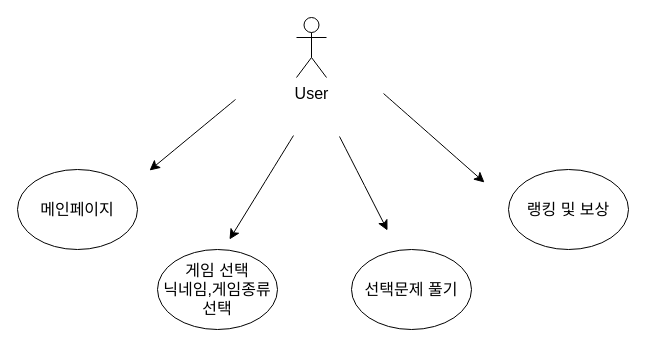
dlwlgnsrhy/BigData keeps this draw.io diagram as miniproject.drawio. Above is the earlier version. Source tidied: cells renumbered, new cells numbered last; positions are measured from the earlier drawing's top-left corner, leaving out a move shared by most shapes. Both pictures are drawn from the tidied source at 100%, with x=0, y=0 at pixel (17, 17).
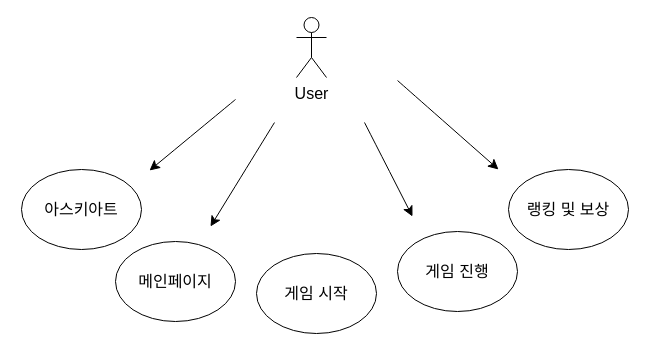
The same diagram, later.

What changed in the source:
```diff
@@
 <mxGraphModel>
   <root>
     <mxCell id="0" />
     <mxCell id="1" parent="0" />
     <mxCell id="2" value="메인페이지" style="ellipse;whiteSpace=wrap;html=1;fontSize=16;" parent="1" vertex="1">
-      <mxGeometry y="152" width="120" height="80" as="geometry" />
+      <mxGeometry x="98" y="224" width="120" height="80" as="geometry" />
     </mxCell>
     <mxCell id="3" value="User" style="shape=umlActor;verticalLabelPosition=bottom;verticalAlign=top;html=1;fontSize=16;" parent="1" vertex="1">
       <mxGeometry x="279" width="30" height="60" as="geometry" />
     </mxCell>
-    <mxCell id="4" value="게임 선택&lt;br&gt;닉네임,게임종류선택" style="ellipse;whiteSpace=wrap;html=1;fontSize=16;" parent="1" vertex="1">
-      <mxGeometry x="140" y="232" width="120" height="80" as="geometry" />
+    <mxCell id="4" value="게임 시작" style="ellipse;whiteSpace=wrap;html=1;fontSize=16;" parent="1" vertex="1">
+      <mxGeometry x="239" y="236" width="120" height="80" as="geometry" />
     </mxCell>
-    <mxCell id="5" value="선택문제 풀기&lt;br&gt;" style="ellipse;whiteSpace=wrap;html=1;fontSize=16;" parent="1" vertex="1">
-      <mxGeometry x="334" y="232" width="120" height="80" as="geometry" />
+    <mxCell id="5" value="게임 진행" style="ellipse;whiteSpace=wrap;html=1;fontSize=16;" parent="1" vertex="1">
+      <mxGeometry x="380" y="214" width="120" height="80" as="geometry" />
     </mxCell>
     <mxCell id="6" value="랭킹 및 보상" style="ellipse;whiteSpace=wrap;html=1;fontSize=16;" parent="1" vertex="1">
       <mxGeometry x="491" y="152" width="120" height="80" as="geometry" />
     </mxCell>
     <mxCell id="7" style="endArrow=classic;html=1;rounded=0;fontSize=12;startSize=8;endSize=8;curved=1;" parent="1" edge="1">
       <mxGeometry relative="1" as="geometry">
         <mxPoint x="218" y="82" as="sourcePoint" />
         <mxPoint x="132" y="153" as="targetPoint" />
       </mxGeometry>
     </mxCell>
     <mxCell id="8" style="endArrow=classic;html=1;rounded=0;fontSize=12;startSize=8;endSize=8;curved=1;" parent="1" edge="1">
       <mxGeometry relative="1" as="geometry">
-        <mxPoint x="322" y="119" as="sourcePoint" />
-        <mxPoint x="370" y="213" as="targetPoint" />
+        <mxPoint x="347" y="105" as="sourcePoint" />
+        <mxPoint x="395" y="199" as="targetPoint" />
       </mxGeometry>
     </mxCell>
     <mxCell id="9" style="endArrow=classic;html=1;rounded=0;fontSize=12;startSize=8;endSize=8;curved=1;" parent="1" edge="1">
       <mxGeometry relative="1" as="geometry">
-        <mxPoint x="366" y="76" as="sourcePoint" />
-        <mxPoint x="467" y="165" as="targetPoint" />
+        <mxPoint x="380" y="63" as="sourcePoint" />
+        <mxPoint x="481" y="152" as="targetPoint" />
       </mxGeometry>
     </mxCell>
     <mxCell id="10" style="edgeStyle=none;curved=1;rounded=0;orthogonalLoop=1;jettySize=auto;html=1;exitX=0.5;exitY=0;exitDx=0;exitDy=0;fontSize=12;startSize=8;endSize=8;" parent="1" edge="1" source="5" target="5">
       <mxGeometry relative="1" as="geometry" />
     </mxCell>
     <mxCell id="11" style="endArrow=classic;html=1;rounded=0;fontSize=12;startSize=8;endSize=8;curved=1;" parent="1" edge="1">
       <mxGeometry relative="1" as="geometry">
-        <mxPoint x="276" y="118" as="sourcePoint" />
-        <mxPoint x="212" y="222" as="targetPoint" />
+        <mxPoint x="257" y="105" as="sourcePoint" />
+        <mxPoint x="193" y="209" as="targetPoint" />
       </mxGeometry>
     </mxCell>
+    <mxCell id="12" value="아스키아트" style="ellipse;whiteSpace=wrap;html=1;fontSize=16;" parent="1" vertex="1">
+      <mxGeometry x="4" y="152" width="120" height="80" as="geometry" />
+    </mxCell>
   </root>
 </mxGraphModel>
```
